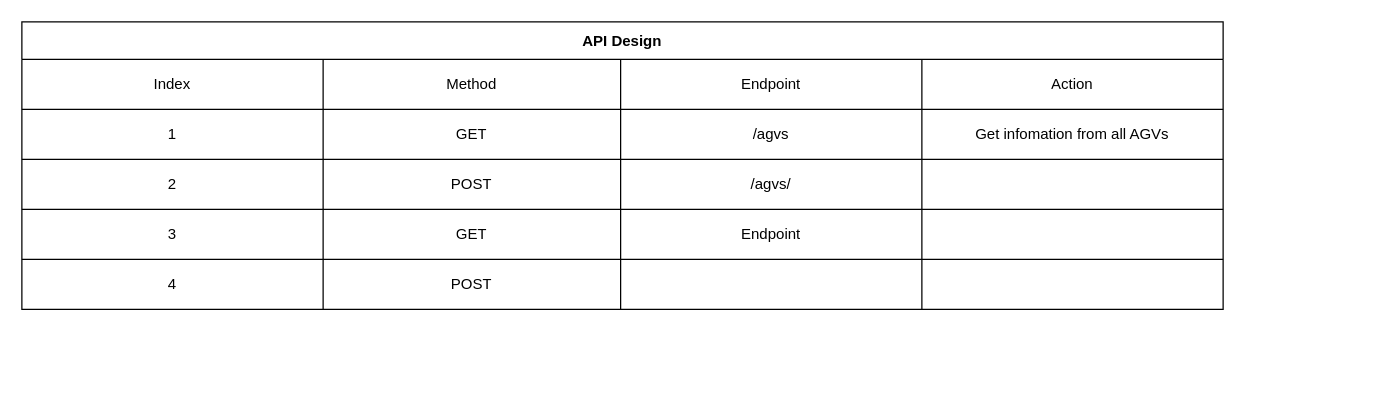
The draw.io diagram Software-Design/API.drawio in kirichain/AGV, before the edit. Source tidied: cells renumbered, new cells numbered last; positions are measured from the earlier drawing's top-left corner, leaving out a move shared by most shapes. Both pictures are drawn from the tidied source at 125%, with x=0, y=0 at pixel (21, 21).
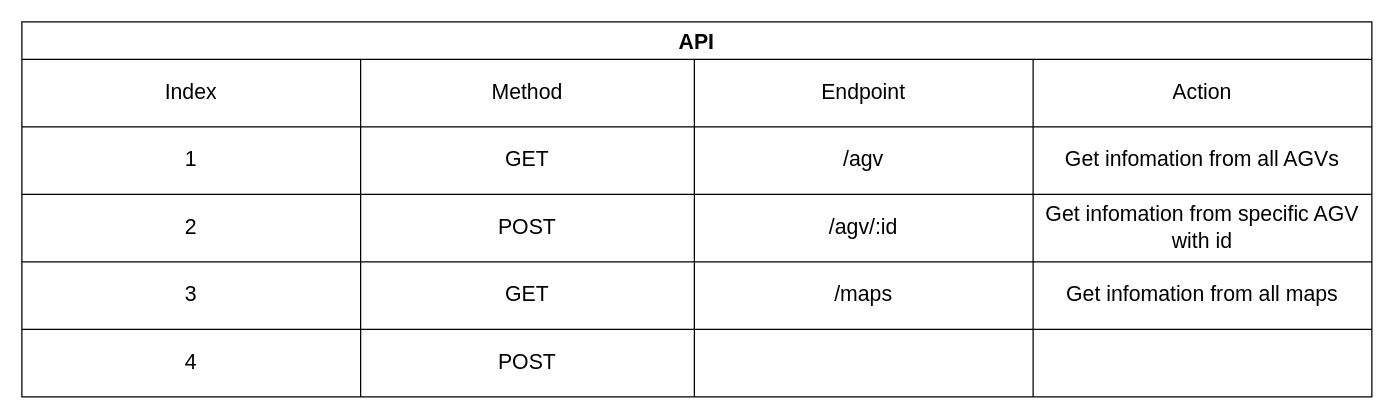
Above is the later version.

The edit, as a diff of the source:
```diff
@@
-    <mxCell id="2" value="API Design" style="shape=table;startSize=30;childLayout=tableLayout;fontStyle=1;align=center;" parent="1" vertex="1">
-      <mxGeometry width="961" height="230" as="geometry" />
+    <mxCell id="2" value="API" style="shape=table;startSize=30;childLayout=tableLayout;fontStyle=1;align=center;fontSize=17;" parent="1" vertex="1">
+      <mxGeometry width="1080" height="300" as="geometry" />
     </mxCell>
-    <mxCell id="3" style="shape=tableRow;horizontal=0;startSize=0;swimlaneHead=0;swimlaneBody=0;top=0;left=0;bottom=0;right=0;fillColor=none;" parent="2" vertex="1">
-      <mxGeometry y="30" width="961" height="40" as="geometry" />
+    <mxCell id="3" style="shape=tableRow;horizontal=0;startSize=0;swimlaneHead=0;swimlaneBody=0;top=0;left=0;bottom=0;right=0;fillColor=none;fontSize=17;" parent="2" vertex="1">
+      <mxGeometry y="30" width="1080" height="54" as="geometry" />
     </mxCell>
-    <mxCell id="4" value="Index" style="shape=partialRectangle;html=1;whiteSpace=wrap;fillColor=none;top=0;left=0;bottom=0;right=0;overflow=hidden;" parent="3" vertex="1">
-      <mxGeometry width="241" height="40" as="geometry" />
+    <mxCell id="4" value="Index" style="shape=partialRectangle;html=1;whiteSpace=wrap;fillColor=none;top=0;left=0;bottom=0;right=0;overflow=hidden;fontSize=17;" parent="3" vertex="1">
+      <mxGeometry width="271" height="54" as="geometry" />
     </mxCell>
-    <mxCell id="5" value="Method" style="shape=partialRectangle;html=1;whiteSpace=wrap;fillColor=none;top=0;left=0;bottom=0;right=0;overflow=hidden;" parent="3" vertex="1">
-      <mxGeometry x="241" width="238" height="40" as="geometry" />
+    <mxCell id="5" value="&lt;font style=&quot;font-size: 17px;&quot;&gt;Method&lt;/font&gt;" style="shape=partialRectangle;html=1;whiteSpace=wrap;fillColor=none;top=0;left=0;bottom=0;right=0;overflow=hidden;fontSize=17;" parent="3" vertex="1">
+      <mxGeometry x="271" width="267" height="54" as="geometry" />
     </mxCell>
-    <mxCell id="6" value="Endpoint" style="shape=partialRectangle;html=1;whiteSpace=wrap;fillColor=none;top=0;left=0;bottom=0;right=0;overflow=hidden;" parent="3" vertex="1">
-      <mxGeometry x="479" width="241" height="40" as="geometry" />
+    <mxCell id="6" value="Endpoint" style="shape=partialRectangle;html=1;whiteSpace=wrap;fillColor=none;top=0;left=0;bottom=0;right=0;overflow=hidden;fontSize=17;" parent="3" vertex="1">
+      <mxGeometry x="538" width="271" height="54" as="geometry" />
     </mxCell>
-    <mxCell id="7" value="Action" style="shape=partialRectangle;html=1;whiteSpace=wrap;fillColor=none;top=0;left=0;bottom=0;right=0;overflow=hidden;" parent="3" vertex="1">
-      <mxGeometry x="720" width="241" height="40" as="geometry" />
+    <mxCell id="7" value="Action" style="shape=partialRectangle;html=1;whiteSpace=wrap;fillColor=none;top=0;left=0;bottom=0;right=0;overflow=hidden;fontSize=17;" parent="3" vertex="1">
+      <mxGeometry x="809" width="271" height="54" as="geometry" />
     </mxCell>
-    <mxCell id="8" style="shape=tableRow;horizontal=0;startSize=0;swimlaneHead=0;swimlaneBody=0;top=0;left=0;bottom=0;right=0;fillColor=none;" parent="2" vertex="1">
-      <mxGeometry y="70" width="961" height="40" as="geometry" />
+    <mxCell id="8" style="shape=tableRow;horizontal=0;startSize=0;swimlaneHead=0;swimlaneBody=0;top=0;left=0;bottom=0;right=0;fillColor=none;fontSize=17;" parent="2" vertex="1">
+      <mxGeometry y="84" width="1080" height="54" as="geometry" />
     </mxCell>
-    <mxCell id="9" value="1" style="shape=partialRectangle;html=1;whiteSpace=wrap;fillColor=none;top=0;left=0;bottom=0;right=0;overflow=hidden;" parent="8" vertex="1">
-      <mxGeometry width="241" height="40" as="geometry" />
+    <mxCell id="9" value="1" style="shape=partialRectangle;html=1;whiteSpace=wrap;fillColor=none;top=0;left=0;bottom=0;right=0;overflow=hidden;fontSize=17;" parent="8" vertex="1">
+      <mxGeometry width="271" height="54" as="geometry" />
     </mxCell>
-    <mxCell id="10" value="GET" style="shape=partialRectangle;html=1;whiteSpace=wrap;fillColor=none;top=0;left=0;bottom=0;right=0;overflow=hidden;" parent="8" vertex="1">
-      <mxGeometry x="241" width="238" height="40" as="geometry" />
+    <mxCell id="10" value="GET" style="shape=partialRectangle;html=1;whiteSpace=wrap;fillColor=none;top=0;left=0;bottom=0;right=0;overflow=hidden;fontSize=17;" parent="8" vertex="1">
+      <mxGeometry x="271" width="267" height="54" as="geometry" />
     </mxCell>
-    <mxCell id="11" value="/agvs" style="shape=partialRectangle;html=1;whiteSpace=wrap;fillColor=none;top=0;left=0;bottom=0;right=0;overflow=hidden;" parent="8" vertex="1">
-      <mxGeometry x="479" width="241" height="40" as="geometry" />
+    <mxCell id="11" value="/agv" style="shape=partialRectangle;html=1;whiteSpace=wrap;fillColor=none;top=0;left=0;bottom=0;right=0;overflow=hidden;fontSize=17;" parent="8" vertex="1">
+      <mxGeometry x="538" width="271" height="54" as="geometry" />
     </mxCell>
-    <mxCell id="12" value="Get infomation from all AGVs" style="shape=partialRectangle;html=1;whiteSpace=wrap;fillColor=none;top=0;left=0;bottom=0;right=0;overflow=hidden;" parent="8" vertex="1">
-      <mxGeometry x="720" width="241" height="40" as="geometry" />
+    <mxCell id="12" value="Get infomation from all AGVs" style="shape=partialRectangle;html=1;whiteSpace=wrap;fillColor=none;top=0;left=0;bottom=0;right=0;overflow=hidden;fontSize=17;" parent="8" vertex="1">
+      <mxGeometry x="809" width="271" height="54" as="geometry" />
     </mxCell>
-    <mxCell id="13" style="shape=tableRow;horizontal=0;startSize=0;swimlaneHead=0;swimlaneBody=0;top=0;left=0;bottom=0;right=0;fillColor=none;" parent="2" vertex="1">
-      <mxGeometry y="110" width="961" height="40" as="geometry" />
+    <mxCell id="13" style="shape=tableRow;horizontal=0;startSize=0;swimlaneHead=0;swimlaneBody=0;top=0;left=0;bottom=0;right=0;fillColor=none;fontSize=17;" parent="2" vertex="1">
+      <mxGeometry y="138" width="1080" height="54" as="geometry" />
     </mxCell>
-    <mxCell id="14" value="2" style="shape=partialRectangle;html=1;whiteSpace=wrap;fillColor=none;top=0;left=0;bottom=0;right=0;overflow=hidden;" parent="13" vertex="1">
-      <mxGeometry width="241" height="40" as="geometry" />
+    <mxCell id="14" value="2" style="shape=partialRectangle;html=1;whiteSpace=wrap;fillColor=none;top=0;left=0;bottom=0;right=0;overflow=hidden;fontSize=17;" parent="13" vertex="1">
+      <mxGeometry width="271" height="54" as="geometry" />
     </mxCell>
-    <mxCell id="15" value="POST" style="shape=partialRectangle;html=1;whiteSpace=wrap;fillColor=none;top=0;left=0;bottom=0;right=0;overflow=hidden;" parent="13" vertex="1">
-      <mxGeometry x="241" width="238" height="40" as="geometry" />
+    <mxCell id="15" value="POST" style="shape=partialRectangle;html=1;whiteSpace=wrap;fillColor=none;top=0;left=0;bottom=0;right=0;overflow=hidden;fontSize=17;" parent="13" vertex="1">
+      <mxGeometry x="271" width="267" height="54" as="geometry" />
     </mxCell>
-    <mxCell id="16" value="/agvs/" style="shape=partialRectangle;html=1;whiteSpace=wrap;fillColor=none;top=0;left=0;bottom=0;right=0;overflow=hidden;" parent="13" vertex="1">
-      <mxGeometry x="479" width="241" height="40" as="geometry" />
+    <mxCell id="16" value="/agv/:id" style="shape=partialRectangle;html=1;whiteSpace=wrap;fillColor=none;top=0;left=0;bottom=0;right=0;overflow=hidden;fontSize=17;" parent="13" vertex="1">
+      <mxGeometry x="538" width="271" height="54" as="geometry" />
     </mxCell>
-    <mxCell id="17" style="shape=partialRectangle;html=1;whiteSpace=wrap;fillColor=none;top=0;left=0;bottom=0;right=0;overflow=hidden;" parent="13" vertex="1">
-      <mxGeometry x="720" width="241" height="40" as="geometry" />
+    <mxCell id="17" value="Get infomation from specific AGV with id" style="shape=partialRectangle;html=1;whiteSpace=wrap;fillColor=none;top=0;left=0;bottom=0;right=0;overflow=hidden;fontSize=17;" parent="13" vertex="1">
+      <mxGeometry x="809" width="271" height="54" as="geometry" />
     </mxCell>
-    <mxCell id="18" style="shape=tableRow;horizontal=0;startSize=0;swimlaneHead=0;swimlaneBody=0;top=0;left=0;bottom=0;right=0;fillColor=none;" parent="2" vertex="1">
-      <mxGeometry y="150" width="961" height="40" as="geometry" />
+    <mxCell id="18" style="shape=tableRow;horizontal=0;startSize=0;swimlaneHead=0;swimlaneBody=0;top=0;left=0;bottom=0;right=0;fillColor=none;fontSize=17;" parent="2" vertex="1">
+      <mxGeometry y="192" width="1080" height="54" as="geometry" />
     </mxCell>
-    <mxCell id="19" value="3" style="shape=partialRectangle;html=1;whiteSpace=wrap;fillColor=none;top=0;left=0;bottom=0;right=0;overflow=hidden;" parent="18" vertex="1">
-      <mxGeometry width="241" height="40" as="geometry" />
+    <mxCell id="19" value="3" style="shape=partialRectangle;html=1;whiteSpace=wrap;fillColor=none;top=0;left=0;bottom=0;right=0;overflow=hidden;fontSize=17;" parent="18" vertex="1">
+      <mxGeometry width="271" height="54" as="geometry" />
     </mxCell>
-    <mxCell id="20" value="GET" style="shape=partialRectangle;html=1;whiteSpace=wrap;fillColor=none;top=0;left=0;bottom=0;right=0;overflow=hidden;" parent="18" vertex="1">
-      <mxGeometry x="241" width="238" height="40" as="geometry" />
+    <mxCell id="20" value="GET" style="shape=partialRectangle;html=1;whiteSpace=wrap;fillColor=none;top=0;left=0;bottom=0;right=0;overflow=hidden;fontSize=17;" parent="18" vertex="1">
+      <mxGeometry x="271" width="267" height="54" as="geometry" />
     </mxCell>
-    <mxCell id="21" value="Endpoint" style="shape=partialRectangle;html=1;whiteSpace=wrap;fillColor=none;top=0;left=0;bottom=0;right=0;overflow=hidden;" parent="18" vertex="1">
-      <mxGeometry x="479" width="241" height="40" as="geometry" />
+    <mxCell id="21" value="/maps" style="shape=partialRectangle;html=1;whiteSpace=wrap;fillColor=none;top=0;left=0;bottom=0;right=0;overflow=hidden;fontSize=17;" parent="18" vertex="1">
+      <mxGeometry x="538" width="271" height="54" as="geometry" />
     </mxCell>
-    <mxCell id="22" style="shape=partialRectangle;html=1;whiteSpace=wrap;fillColor=none;top=0;left=0;bottom=0;right=0;overflow=hidden;" parent="18" vertex="1">
-      <mxGeometry x="720" width="241" height="40" as="geometry" />
+    <mxCell id="22" value="Get infomation from all maps" style="shape=partialRectangle;html=1;whiteSpace=wrap;fillColor=none;top=0;left=0;bottom=0;right=0;overflow=hidden;fontSize=17;" parent="18" vertex="1">
+      <mxGeometry x="809" width="271" height="54" as="geometry" />
     </mxCell>
-    <mxCell id="23" style="shape=tableRow;horizontal=0;startSize=0;swimlaneHead=0;swimlaneBody=0;top=0;left=0;bottom=0;right=0;fillColor=none;" parent="2" vertex="1">
-      <mxGeometry y="190" width="961" height="40" as="geometry" />
+    <mxCell id="23" style="shape=tableRow;horizontal=0;startSize=0;swimlaneHead=0;swimlaneBody=0;top=0;left=0;bottom=0;right=0;fillColor=none;fontSize=17;" parent="2" vertex="1">
+      <mxGeometry y="246" width="1080" height="54" as="geometry" />
     </mxCell>
-    <mxCell id="24" value="4" style="shape=partialRectangle;html=1;whiteSpace=wrap;fillColor=none;top=0;left=0;bottom=0;right=0;overflow=hidden;" parent="23" vertex="1">
-      <mxGeometry width="241" height="40" as="geometry" />
+    <mxCell id="24" value="4" style="shape=partialRectangle;html=1;whiteSpace=wrap;fillColor=none;top=0;left=0;bottom=0;right=0;overflow=hidden;fontSize=17;" parent="23" vertex="1">
+      <mxGeometry width="271" height="54" as="geometry" />
     </mxCell>
-    <mxCell id="25" value="POST" style="shape=partialRectangle;html=1;whiteSpace=wrap;fillColor=none;top=0;left=0;bottom=0;right=0;overflow=hidden;" parent="23" vertex="1">
-      <mxGeometry x="241" width="238" height="40" as="geometry" />
+    <mxCell id="25" value="POST" style="shape=partialRectangle;html=1;whiteSpace=wrap;fillColor=none;top=0;left=0;bottom=0;right=0;overflow=hidden;fontSize=17;" parent="23" vertex="1">
+      <mxGeometry x="271" width="267" height="54" as="geometry" />
     </mxCell>
-    <mxCell id="26" style="shape=partialRectangle;html=1;whiteSpace=wrap;fillColor=none;top=0;left=0;bottom=0;right=0;overflow=hidden;" parent="23" vertex="1">
-      <mxGeometry x="479" width="241" height="40" as="geometry" />
+    <mxCell id="26" style="shape=partialRectangle;html=1;whiteSpace=wrap;fillColor=none;top=0;left=0;bottom=0;right=0;overflow=hidden;fontSize=17;" parent="23" vertex="1">
+      <mxGeometry x="538" width="271" height="54" as="geometry" />
     </mxCell>
-    <mxCell id="27" style="shape=partialRectangle;html=1;whiteSpace=wrap;fillColor=none;top=0;left=0;bottom=0;right=0;overflow=hidden;" parent="23" vertex="1">
-      <mxGeometry x="720" width="241" height="40" as="geometry" />
+    <mxCell id="27" style="shape=partialRectangle;html=1;whiteSpace=wrap;fillColor=none;top=0;left=0;bottom=0;right=0;overflow=hidden;fontSize=17;" parent="23" vertex="1">
+      <mxGeometry x="809" width="271" height="54" as="geometry" />
     </mxCell>
```
